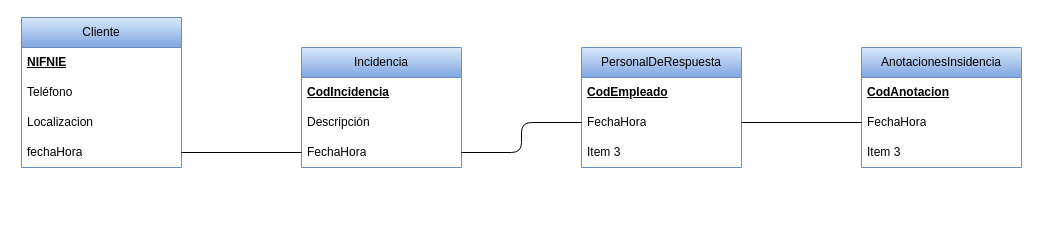
The draw.io diagram BAE/tarea2.drawio in toninavhd/1-DAW_pt2, before the edit. Source tidied: cells renumbered, new cells numbered last; positions are measured from the earlier drawing's top-left corner, leaving out a move shared by most shapes. Both pictures are drawn from the tidied source at 100%, with x=0, y=0 at pixel (21, 17).
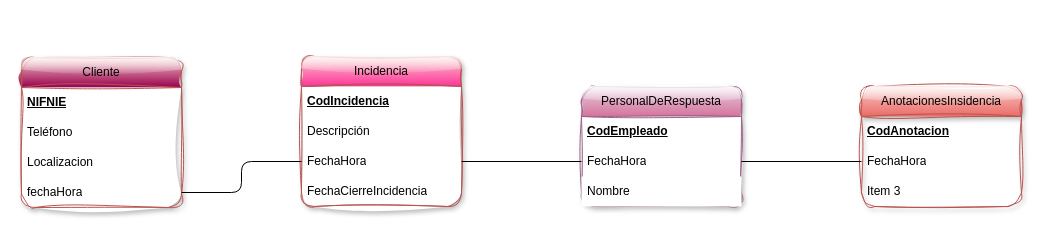
The same page after the edit.

What changed in the source:
```diff
@@
-    <mxCell id="2" value="&lt;div&gt;Cliente&lt;/div&gt;" style="swimlane;fontStyle=0;horizontal=1;startSize=30;whiteSpace=wrap;html=1;fillColor=#dae8fc;gradientColor=#7ea6e0;strokeColor=#6c8ebf;" parent="1" vertex="1">
-      <mxGeometry width="160" height="150" as="geometry" />
+    <mxCell id="2" value="&lt;div&gt;Cliente&lt;/div&gt;" style="swimlane;fontStyle=0;horizontal=1;startSize=30;whiteSpace=wrap;html=1;fillColor=#f8cecc;gradientColor=#99004D;strokeColor=#b85450;shadow=1;sketch=1;curveFitting=1;jiggle=2;rounded=1;glass=1;swimlaneFillColor=default;" parent="1" vertex="1">
+      <mxGeometry y="40" width="160" height="150" as="geometry" />
     </mxCell>
-    <mxCell id="3" value="&lt;u&gt;&lt;b&gt;NIFNIE&lt;/b&gt;&lt;/u&gt;" style="text;strokeColor=none;fillColor=none;align=left;verticalAlign=middle;spacingLeft=4;spacingRight=4;overflow=hidden;whiteSpace=wrap;html=1;" parent="2" vertex="1">
+    <mxCell id="3" value="&lt;u&gt;&lt;b&gt;NIFNIE&lt;/b&gt;&lt;/u&gt;" style="text;strokeColor=none;fillColor=none;align=left;verticalAlign=middle;spacingLeft=4;spacingRight=4;overflow=hidden;whiteSpace=wrap;html=1;glass=0;" parent="2" vertex="1">
       <mxGeometry y="30" width="160" height="30" as="geometry" />
     </mxCell>
@@
-    <mxCell id="7" value="Incidencia" style="swimlane;fontStyle=0;horizontal=1;startSize=30;whiteSpace=wrap;html=1;fillColor=#dae8fc;gradientColor=#7ea6e0;strokeColor=#6c8ebf;" parent="1" vertex="1">
-      <mxGeometry x="280" y="30" width="160" height="120" as="geometry" />
+    <mxCell id="7" value="Incidencia" style="swimlane;fontStyle=0;horizontal=1;startSize=30;whiteSpace=wrap;html=1;fillColor=#f8cecc;gradientColor=#FF3399;strokeColor=#b85450;swimlaneFillColor=default;rounded=1;sketch=1;curveFitting=1;jiggle=2;shadow=1;glass=1;" parent="1" vertex="1">
+      <mxGeometry x="280" y="39" width="160" height="150" as="geometry" />
     </mxCell>
@@
+    <mxCell id="22" value="FechaCierreIncidencia" style="text;strokeColor=none;fillColor=none;align=left;verticalAlign=middle;spacingLeft=4;spacingRight=4;overflow=hidden;whiteSpace=wrap;html=1;" parent="7" vertex="1">
+      <mxGeometry y="120" width="160" height="30" as="geometry" />
+    </mxCell>
-    <mxCell id="11" value="PersonalDeRespuesta" style="swimlane;fontStyle=0;horizontal=1;startSize=30;whiteSpace=wrap;html=1;fillColor=#dae8fc;gradientColor=#7ea6e0;strokeColor=#6c8ebf;" parent="1" vertex="1">
-      <mxGeometry x="560" y="30" width="160" height="120" as="geometry" />
+    <mxCell id="11" value="PersonalDeRespuesta" style="swimlane;fontStyle=0;horizontal=1;startSize=30;whiteSpace=wrap;html=1;fillColor=#e6d0de;gradientColor=#d5739d;strokeColor=#996185;swimlaneFillColor=default;rounded=1;sketch=1;curveFitting=1;jiggle=2;shadow=1;glass=1;" parent="1" vertex="1">
+      <mxGeometry x="560" y="69" width="160" height="120" as="geometry" />
     </mxCell>
@@
-    <mxCell id="14" value="Item 3" style="text;strokeColor=none;fillColor=none;align=left;verticalAlign=middle;spacingLeft=4;spacingRight=4;overflow=hidden;whiteSpace=wrap;html=1;" parent="11" vertex="1">
+    <mxCell id="14" value="Nombre" style="text;strokeColor=none;fillColor=default;align=left;verticalAlign=middle;spacingLeft=4;spacingRight=4;overflow=hidden;whiteSpace=wrap;html=1;" parent="11" vertex="1">
       <mxGeometry y="90" width="160" height="30" as="geometry" />
     </mxCell>
-    <mxCell id="15" value="&lt;div&gt;AnotacionesInsidencia&lt;/div&gt;" style="swimlane;fontStyle=0;horizontal=1;startSize=30;whiteSpace=wrap;html=1;fillColor=#dae8fc;gradientColor=#7ea6e0;strokeColor=#6c8ebf;" parent="1" vertex="1">
-      <mxGeometry x="840" y="30" width="160" height="120" as="geometry" />
+    <mxCell id="15" value="&lt;div&gt;AnotacionesInsidencia&lt;/div&gt;" style="swimlane;fontStyle=0;horizontal=1;startSize=30;whiteSpace=wrap;html=1;fillColor=#f8cecc;gradientColor=#ea6b66;strokeColor=#b85450;rounded=1;sketch=1;curveFitting=1;jiggle=2;shadow=1;glass=1;" parent="1" vertex="1">
+      <mxGeometry x="840" y="69" width="160" height="120" as="geometry" />
     </mxCell>
```
